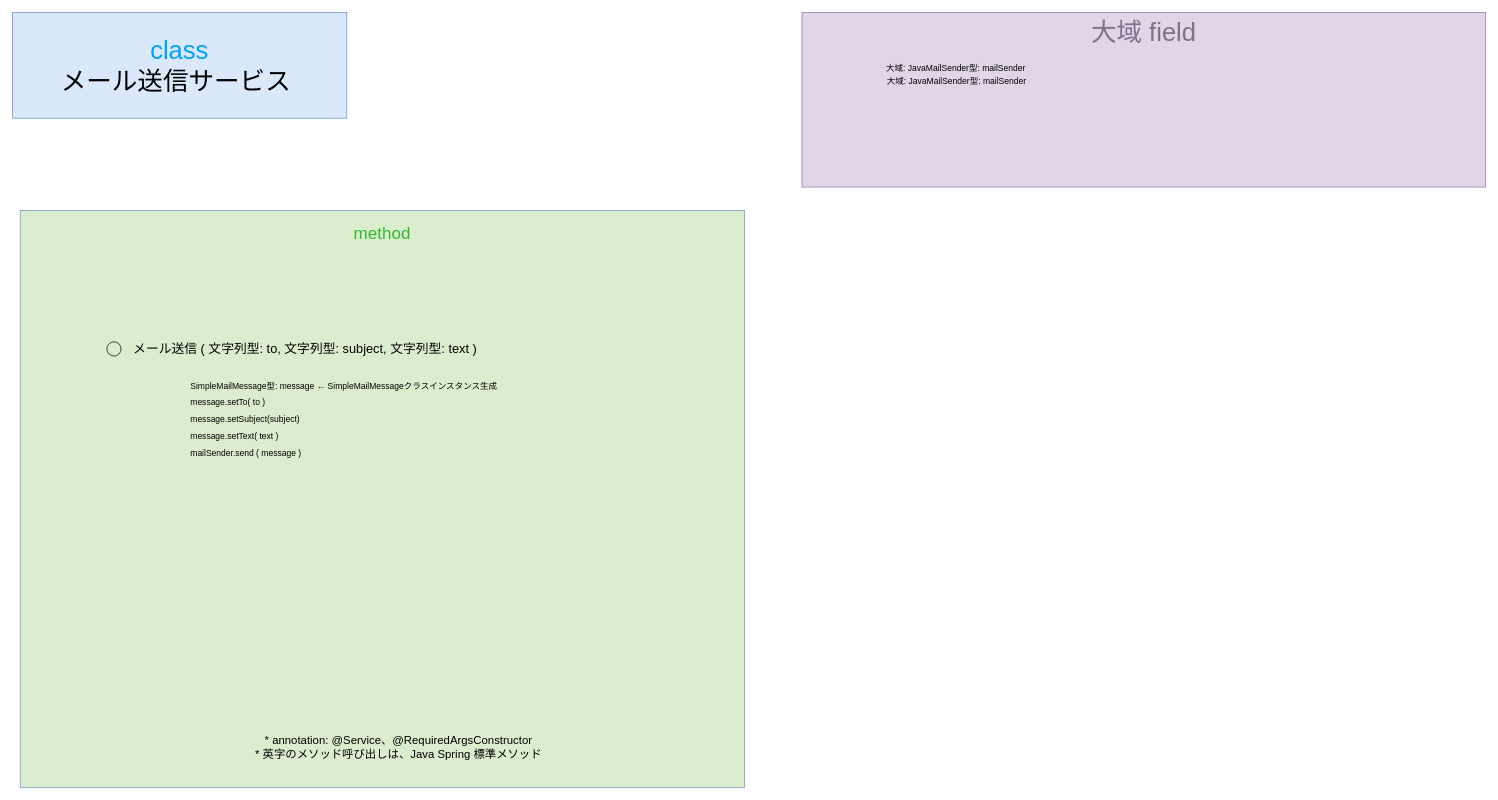
Earlier version of the draw.io diagram gijigengo/service/meeting_reservation_sys service MailSendService クラス 疑似言語.drawio (tro319/meeting_reservation_system). Source tidied: cells renumbered, new cells numbered last; positions are measured from the earlier drawing's top-left corner, leaving out a move shared by most shapes. Both pictures are drawn from the tidied source at 71%, with x=0, y=0 at pixel (12, 12).
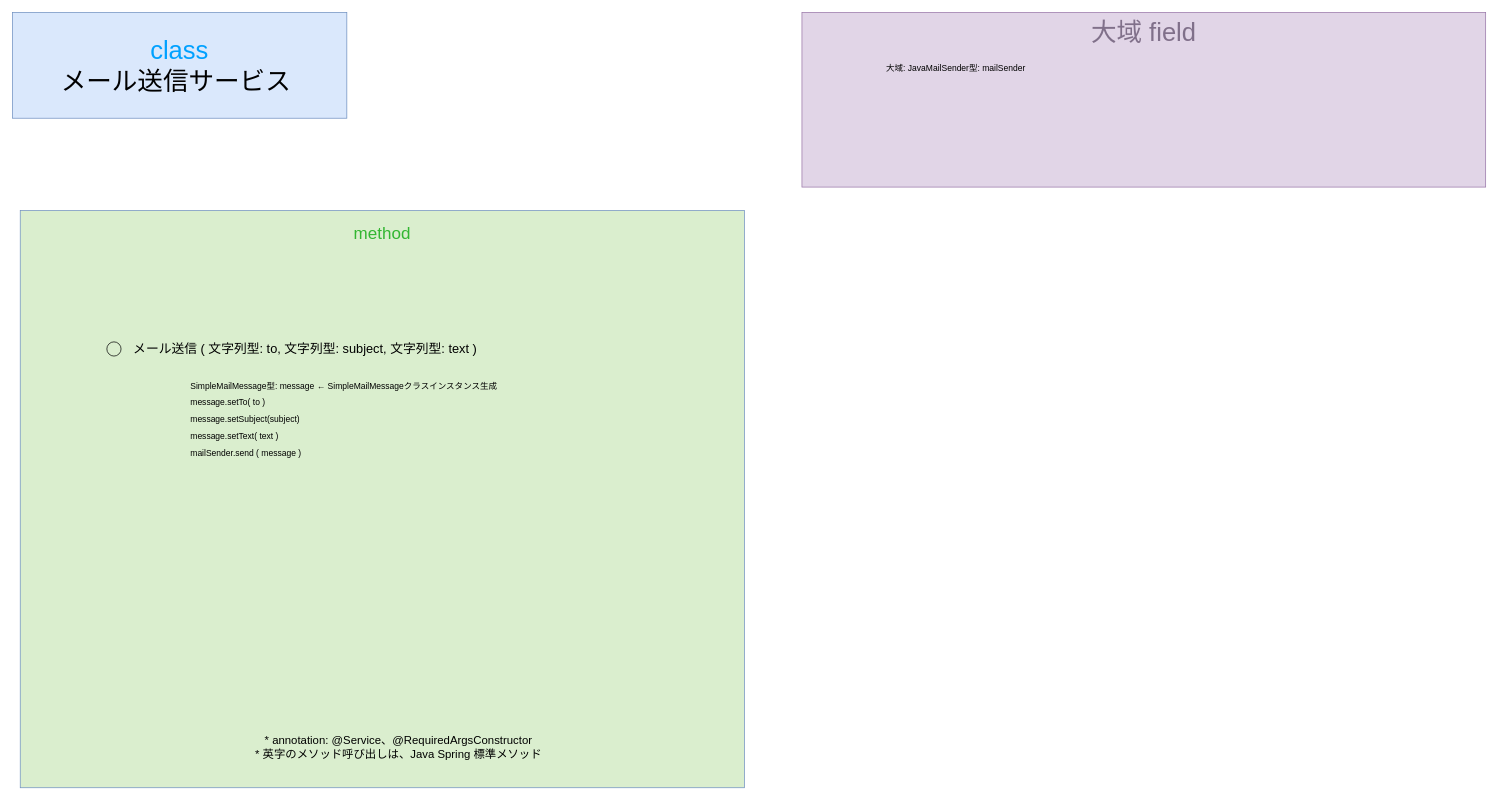
Above is the later version.

Commit message (it also covers changes not shown here):
2025.11.29-1 疑似言語 ヨシダ

Change to the diagram source:
```diff
@@
 <mxGraphModel>
   <root>
     <mxCell id="0" />
     <mxCell id="1" parent="0" />
     <mxCell id="2" value="&lt;div&gt;&lt;span style=&quot;color: rgb(0, 161, 255);&quot;&gt;class&lt;/span&gt;&lt;/div&gt;&lt;div&gt;メール送信サービス&amp;nbsp;&lt;/div&gt;" style="text;html=1;whiteSpace=wrap;strokeColor=#6c8ebf;fillColor=#dae8fc;align=center;verticalAlign=middle;rounded=0;fontSize=36;" parent="1" vertex="1">
       <mxGeometry width="471" height="149" as="geometry" />
     </mxCell>
     <mxCell id="3" value="&lt;div&gt;&lt;font style=&quot;font-size: 24px;&quot;&gt;&lt;span style=&quot;color: rgb(50, 182, 49);&quot;&gt;&lt;span style=&quot;&quot;&gt;&lt;span style=&quot;&quot;&gt;&lt;span&gt;method&lt;/span&gt;&lt;/span&gt;&lt;/span&gt;&lt;/span&gt;&lt;/font&gt;&lt;/div&gt;&lt;div&gt;&lt;font style=&quot;font-size: 24px;&quot;&gt;&lt;span style=&quot;color: rgba(0, 0, 0, 0);&quot;&gt;&lt;span style=&quot;color: rgba(0, 0, 0, 0);&quot;&gt;&lt;span style=&quot;&quot;&gt;&lt;span style=&quot;&quot;&gt;&lt;br&gt;&lt;/span&gt;&lt;/span&gt;&lt;/span&gt;&lt;/span&gt;&lt;/font&gt;&lt;/div&gt;" style="text;html=1;whiteSpace=wrap;strokeColor=#6c8ebf;fillColor=light-dark(#daeece, #214210);align=center;verticalAlign=top;rounded=0;fontSize=36;fontColor=#00A1FF;" parent="1" vertex="1">
       <mxGeometry x="11" y="279" width="1020" height="813" as="geometry" />
     </mxCell>
     <mxCell id="4" value="&lt;div&gt;&lt;span style=&quot;color: rgb(0, 0, 0);&quot;&gt;&lt;font&gt;SimpleMailMessage型: message ←&amp;nbsp;&lt;/font&gt;&lt;/span&gt;&lt;span style=&quot;color: rgb(0, 0, 0);&quot;&gt;&lt;font&gt;SimpleMailMessageクラスインスタンス生成&lt;/font&gt;&lt;/span&gt;&lt;/div&gt;" style="text;html=1;whiteSpace=wrap;strokeColor=none;fillColor=none;align=left;verticalAlign=middle;rounded=0;fontSize=12;" parent="1" vertex="1">
       <mxGeometry x="249" y="512" width="590" height="30" as="geometry" />
     </mxCell>
     <mxCell id="5" value="&lt;div&gt;&lt;br&gt;&lt;/div&gt;&lt;div&gt;&lt;span&gt;&lt;span&gt;&lt;span style=&quot;color: rgb(0, 0, 0);&quot;&gt;&lt;font style=&quot;font-size: 16px;&quot;&gt;* annotation: @Service、@RequiredArgsConstructor&lt;/font&gt;&lt;/span&gt;&lt;/span&gt;&lt;/span&gt;&lt;/div&gt;&lt;div&gt;&lt;span&gt;&lt;span&gt;&lt;span style=&quot;color: rgb(0, 0, 0);&quot;&gt;&lt;font style=&quot;font-size: 16px;&quot;&gt;* 英字のメソッド呼び出しは、Java Spring 標準メソッド&lt;/font&gt;&lt;/span&gt;&lt;/span&gt;&lt;/span&gt;&lt;/div&gt;" style="text;html=1;whiteSpace=wrap;strokeColor=none;fillColor=none;align=center;verticalAlign=middle;rounded=0;" parent="1" vertex="1">
       <mxGeometry x="249" y="1012" width="590" height="30" as="geometry" />
     </mxCell>
     <mxCell id="6" value="&lt;div&gt;message.setText( text )&lt;/div&gt;" style="text;html=1;whiteSpace=wrap;strokeColor=none;fillColor=none;align=left;verticalAlign=middle;rounded=0;" parent="1" vertex="1">
       <mxGeometry x="249" y="582" width="590" height="30" as="geometry" />
     </mxCell>
     <mxCell id="7" style="group;" parent="1" vertex="1">
       <mxGeometry x="133" y="459" width="878" height="30" as="geometry" />
     </mxCell>
     <mxCell id="8" value="&amp;nbsp; &amp;nbsp; &amp;nbsp; &amp;nbsp; &amp;nbsp; &amp;nbsp; &amp;nbsp;" style="ellipse;whiteSpace=wrap;html=1;fillColor=none;" parent="7" vertex="1">
       <mxGeometry y="5" width="20" height="20" as="geometry" />
     </mxCell>
     <mxCell id="9" value="&lt;font style=&quot;font-size: 18px;&quot;&gt;&lt;span&gt;&lt;span&gt;&lt;span style=&quot;color: rgb(0, 0, 0);&quot;&gt;&lt;font&gt;&amp;nbsp;メール送信 ( 文字列型: to, 文字列型: subject, 文字列型: text )&lt;/font&gt;&lt;/span&gt;&lt;/span&gt;&lt;/span&gt;&lt;/font&gt;" style="whiteSpace=wrap;html=1;fillColor=none;labelBorderColor=none;strokeColor=none;" parent="7" vertex="1">
       <mxGeometry x="26" width="502" height="30" as="geometry" />
     </mxCell>
     <mxCell id="10" value="message.setTo( to )" style="text;html=1;whiteSpace=wrap;strokeColor=none;fillColor=none;align=left;verticalAlign=middle;rounded=0;fontSize=12;" parent="1" vertex="1">
       <mxGeometry x="249" y="535" width="590" height="30" as="geometry" />
     </mxCell>
     <mxCell id="11" value="message.setSubject(subject)" style="text;html=1;whiteSpace=wrap;strokeColor=none;fillColor=none;align=left;verticalAlign=middle;rounded=0;fontSize=12;" parent="1" vertex="1">
       <mxGeometry x="249" y="558" width="590" height="30" as="geometry" />
     </mxCell>
     <mxCell id="12" value="&lt;font&gt;大域 field&lt;/font&gt;" style="rounded=0;whiteSpace=wrap;html=1;fillColor=#e1d5e7;strokeColor=#9673a6;verticalAlign=top;fontSize=36;fontColor=#80708A;" parent="1" vertex="1">
       <mxGeometry x="1112" width="963" height="246" as="geometry" />
     </mxCell>
     <mxCell id="13" value="大域: JavaMailSender型: mailSender&amp;nbsp;" style="text;html=1;whiteSpace=wrap;strokeColor=none;fillColor=none;align=left;verticalAlign=middle;rounded=0;fontSize=12;" parent="1" vertex="1">
       <mxGeometry x="1229" y="64" width="590" height="30" as="geometry" />
     </mxCell>
     <mxCell id="14" value="&lt;div&gt;mailSender.send ( message )&lt;/div&gt;" style="text;html=1;whiteSpace=wrap;strokeColor=none;fillColor=none;align=left;verticalAlign=middle;rounded=0;" parent="1" vertex="1">
       <mxGeometry x="249" y="606" width="590" height="30" as="geometry" />
     </mxCell>
-    <mxCell id="15" value="大域: JavaMailSender型: mailSender&amp;nbsp;" style="text;html=1;whiteSpace=wrap;strokeColor=none;fillColor=none;align=left;verticalAlign=middle;rounded=0;fontSize=12;" parent="1" vertex="1">
-      <mxGeometry x="1230" y="83" width="590" height="30" as="geometry" />
-    </mxCell>
   </root>
 </mxGraphModel>
```
